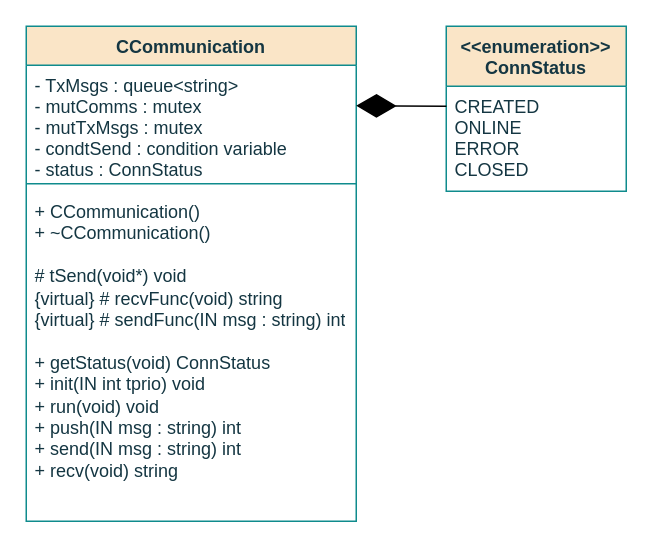
This is page "CComunication" (1 of 8) of documentation/flowcharts/Classes/CCommunication.drawio from ESRGgroup9/slipad, a draw.io file, before an edit. Source tidied: cells renumbered, new cells numbered last; positions are measured from the earlier drawing's top-left corner, leaving out a move shared by most shapes. Both pictures are drawn from the tidied source at 150%, with x=0, y=0 at pixel (26, 26).
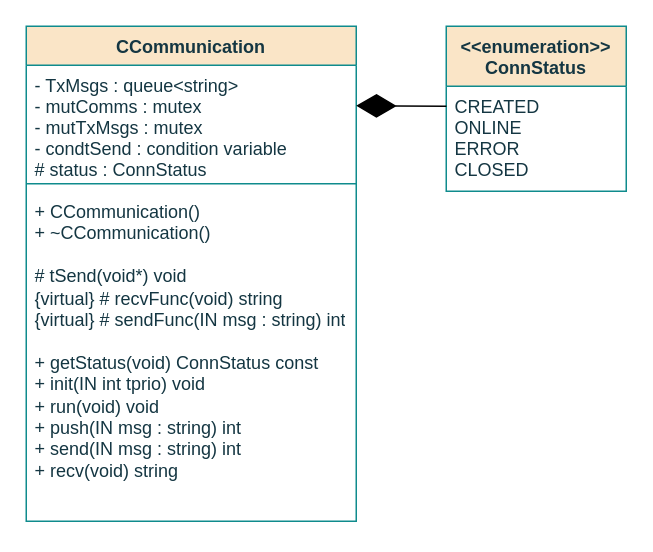
Above is the later version.

Diff of the diagram source:
```diff
@@
 <mxGraphModel>
   <root>
     <mxCell id="0" />
     <mxCell id="1" parent="0" />
     <mxCell id="2" value="CCommunication" style="swimlane;fontStyle=1;align=center;verticalAlign=top;horizontal=1;startSize=26;fillColor=#FAE5C7;strokeColor=#0F8B8D;fontColor=#143642;" parent="1" vertex="1">
       <mxGeometry width="220" height="330" as="geometry" />
     </mxCell>
-    <mxCell id="3" value="- TxMsgs : queue&lt;string&gt;&#10;-  mutComms : mutex&#10;-  mutTxMsgs : mutex&#10;- condtSend : condition variable&#10;- status : ConnStatus&#10;&#10;&#10;&#10;&#10;&#10;&#10;" style="text;strokeColor=none;fillColor=none;align=left;verticalAlign=top;spacingLeft=4;spacingRight=4;overflow=hidden;fontColor=#143642;" parent="2" vertex="1">
+    <mxCell id="3" value="- TxMsgs : queue&lt;string&gt;&#10;-  mutComms : mutex&#10;-  mutTxMsgs : mutex&#10;- condtSend : condition variable&#10;# status : ConnStatus&#10;&#10;&#10;&#10;&#10;&#10;&#10;" style="text;strokeColor=none;fillColor=none;align=left;verticalAlign=top;spacingLeft=4;spacingRight=4;overflow=hidden;fontColor=#143642;" parent="2" vertex="1">
       <mxGeometry y="26" width="220" height="74" as="geometry" />
     </mxCell>
     <mxCell id="4" style="line;strokeWidth=1;fillColor=none;align=left;verticalAlign=middle;spacingTop=-1;spacingLeft=3;spacingRight=3;labelPosition=right;labelBackgroundColor=#DAD2D8;strokeColor=#0F8B8D;fontColor=#143642;" parent="2" vertex="1">
       <mxGeometry y="100" width="220" height="10" as="geometry" />
     </mxCell>
-    <mxCell id="5" value="+ CCommunication()&lt;br&gt;+ ~CCommunication()&lt;br&gt;&lt;br&gt;# tSend(void*) void&lt;br&gt;{virtual} # recvFunc(void) string&lt;br&gt;{virtual} # sendFunc(IN msg : string) int&lt;br&gt;&lt;br&gt;+ getStatus(void) ConnStatus&lt;br&gt;+ init(IN int tprio) void&lt;br&gt;+ run(void) void&lt;br&gt;+ push(IN msg : string) int&lt;br&gt;+ send(IN msg : string) int&lt;br&gt;+ recv(void) string&lt;br&gt;" style="text;strokeColor=none;fillColor=none;align=left;verticalAlign=top;spacingLeft=4;spacingRight=4;overflow=hidden;fontColor=#143642;html=1;" parent="2" vertex="1">
+    <mxCell id="5" value="+ CCommunication()&lt;br&gt;+ ~CCommunication()&lt;br&gt;&lt;br&gt;# tSend(void*) void&lt;br&gt;{virtual} # recvFunc(void) string&lt;br&gt;{virtual} # sendFunc(IN msg : string) int&lt;br&gt;&lt;br&gt;+ getStatus(void) ConnStatus const&lt;br&gt;+ init(IN int tprio) void&lt;br&gt;+ run(void) void&lt;br&gt;+ push(IN msg : string) int&lt;br&gt;+ send(IN msg : string) int&lt;br&gt;+ recv(void) string" style="text;strokeColor=none;fillColor=none;align=left;verticalAlign=top;spacingLeft=4;spacingRight=4;overflow=hidden;fontColor=#143642;html=1;" parent="2" vertex="1">
       <mxGeometry y="110" width="220" height="220" as="geometry" />
     </mxCell>
     <mxCell id="6" value="&lt;&lt;enumeration&gt;&gt;&#10;ConnStatus&#10;" style="swimlane;fontStyle=1;align=center;verticalAlign=top;horizontal=1;startSize=40;fillColor=#FAE5C7;strokeColor=#0F8B8D;fontColor=#143642;" parent="1" vertex="1">
       <mxGeometry x="280" width="120" height="110" as="geometry" />
     </mxCell>
     <mxCell id="7" value="CREATED&#10;ONLINE&#10;ERROR&#10;CLOSED&#10;" style="text;strokeColor=none;fillColor=none;align=left;verticalAlign=top;spacingLeft=4;spacingRight=4;overflow=hidden;points=[[0,0.5],[1,0.5]];portConstraint=eastwest;fontColor=#143642;" parent="6" vertex="1">
       <mxGeometry y="40" width="120" height="70" as="geometry" />
     </mxCell>
     <mxCell id="8" style="endArrow=diamondThin;endFill=1;endSize=24;html=1;rounded=0;exitX=0.001;exitY=0.19;exitDx=0;exitDy=0;exitPerimeter=0;" parent="1" edge="1" source="7">
       <mxGeometry relative="1" as="geometry">
         <mxPoint x="220" y="53" as="targetPoint" />
         <Array as="points">
           <mxPoint x="220" y="53" />
         </Array>
       </mxGeometry>
     </mxCell>
   </root>
 </mxGraphModel>
```
